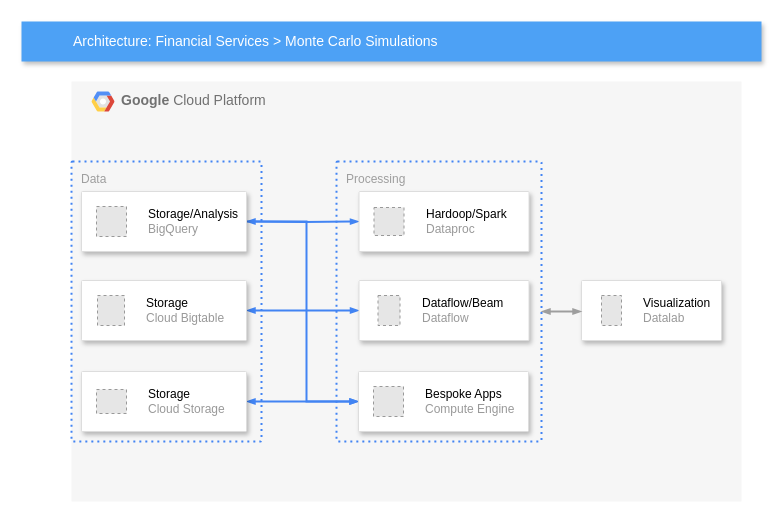
Above: v0.drawio in judyazby/tibame (draw.io), before the change. Source tidied: cells renumbered, new cells numbered last; positions are measured from the earlier drawing's top-left corner, leaving out a move shared by most shapes. Both pictures are drawn from the tidied source at 100%, with x=0, y=0 at pixel (21, 21). Pictures stored in the file or linked from it are replaced by grey dashed boxes.
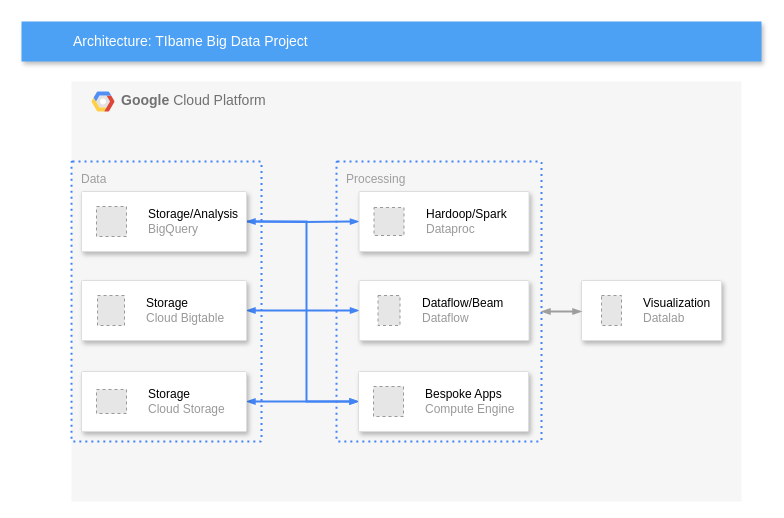
After the change.

Diff of the diagram source:
```diff
@@
-    <mxCell id="8" value="Architecture: Financial Services &amp;gt; Monte Carlo Simulations" style="fillColor=#4DA1F5;strokeColor=none;shadow=1;gradientColor=none;fontSize=14;align=left;spacingLeft=50;fontColor=#ffffff;html=1;" parent="1" vertex="1">
+    <mxCell id="8" value="Architecture: TIbame Big Data Project" style="fillColor=#4DA1F5;strokeColor=none;shadow=1;gradientColor=none;fontSize=14;align=left;spacingLeft=50;fontColor=#ffffff;html=1;" parent="1" vertex="1">
       <mxGeometry width="740" height="40" as="geometry" />
     </mxCell>
```
